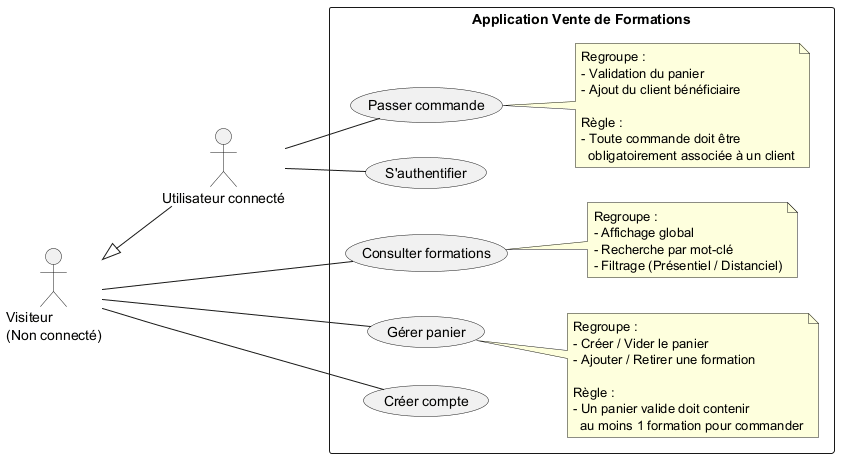
This is doc/uml/1-use_case/training_sales-use_case.png from albanmartel/evaluation_metier_java, a PlantUML export, as it was before one commit.
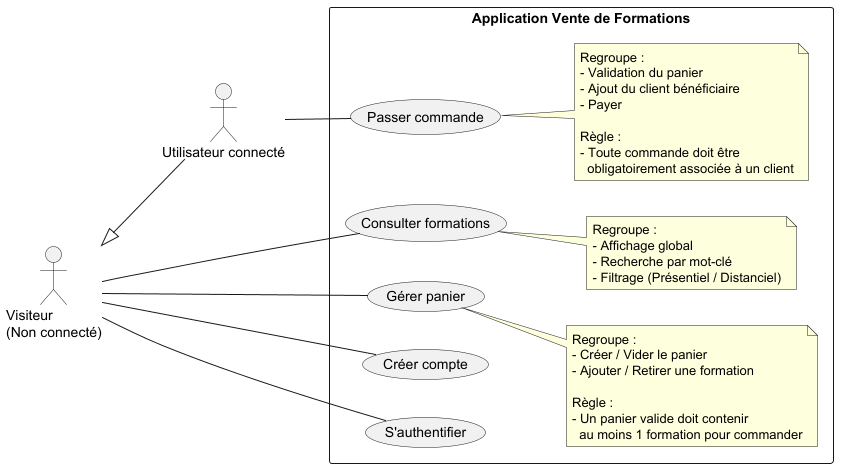
Later version of the same file.

Commit message:
UPDATE: Mise à jour dde l'image PNG générée par PlantUML iagramme de cas d'utilisation après les remarques faites par Tristant LACAU

Change to the diagram source:
```diff
@@ -36,6 +36,7 @@
     Regroupe :
     - Validation du panier
     - Ajout du client bénéficiaire
+    - Payer
 
     Règle :
     - Toute commande doit être
@@ -47,7 +48,7 @@
 visiteur -- UC_Liste
 visiteur -- UC_Panier
 visiteur -- UC_Creer
+visiteur -- UC_Authentification
 
-utilisateur -- UC_Authentification
 utilisateur -- UC_Commande
 @enduml
```
